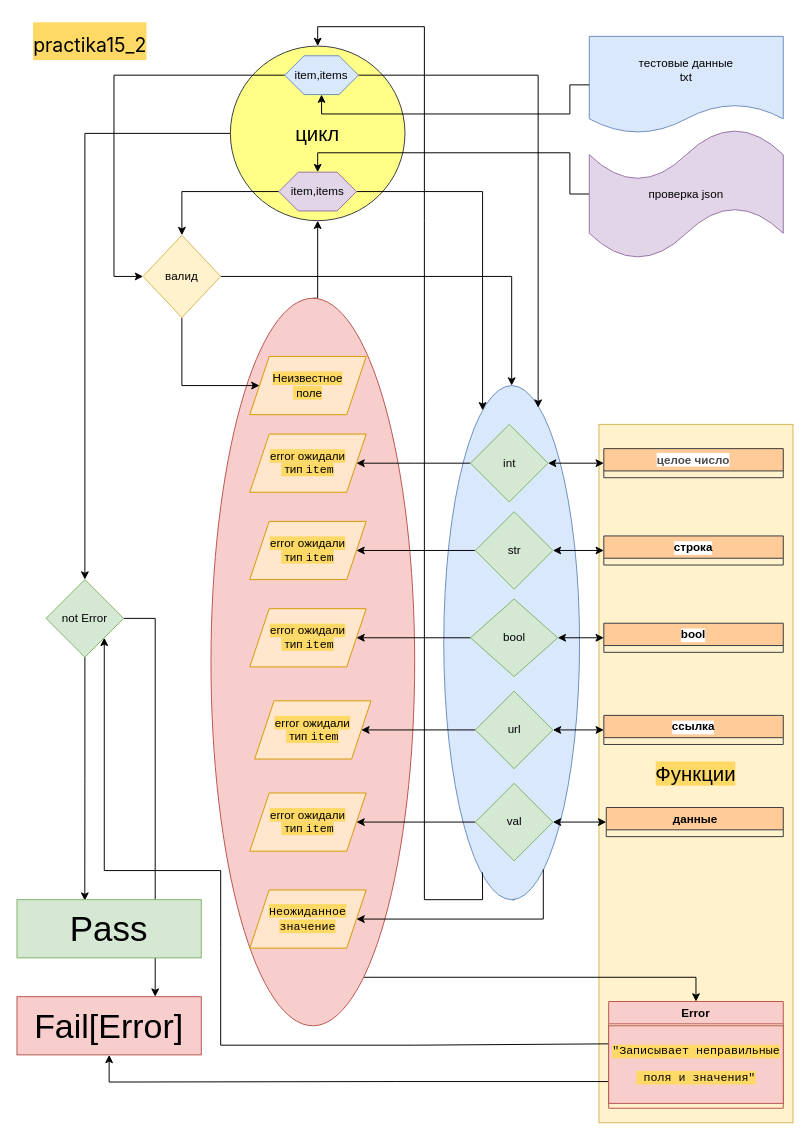
Earlier version of the draw.io diagram Practika15/practika15_2.drawio (KonstantinS007/PythonProject). Source tidied: cells renumbered, new cells numbered last; positions are measured from the earlier drawing's top-left corner, leaving out a move shared by most shapes. Both pictures are drawn from the tidied source at 97%, with x=0, y=0 at pixel (16, 16).
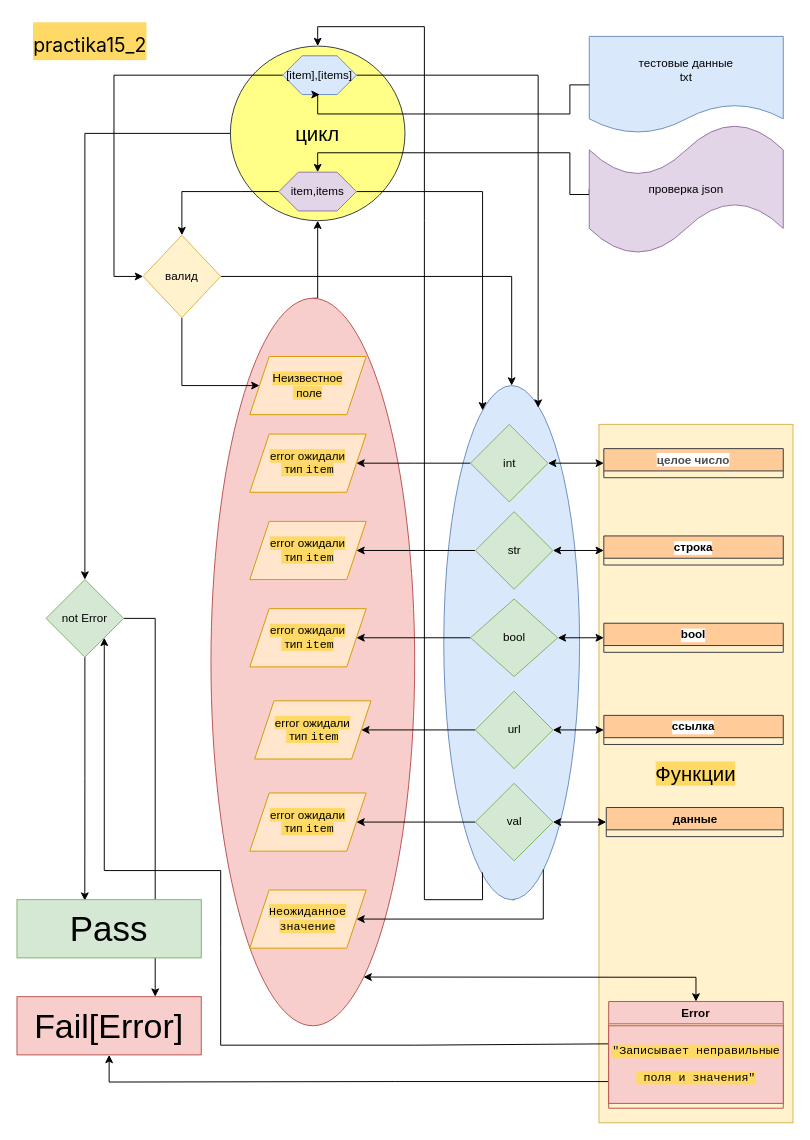
The same diagram, later.

Unchanged cells that the change refers to:
```xml
<mxCell id="5" style="ellipse;whiteSpace=wrap;html=1;fillColor=#f8cecc;strokeColor=#b85450;" parent="1" vertex="1">
  <mxGeometry x="200" y="290" width="210" height="750" as="geometry" />
</mxCell>
<mxCell id="8" value="тестовые данные&lt;br&gt;txt" style="shape=document;whiteSpace=wrap;html=1;boundedLbl=1;fillColor=#dae8fc;strokeColor=#6c8ebf;" parent="1" vertex="1">
  <mxGeometry x="590" y="20" width="200" height="100" as="geometry" />
</mxCell>
<mxCell id="46" value="Error" style="swimlane;whiteSpace=wrap;html=1;fillColor=#f8cecc;strokeColor=#b85450;" parent="1" vertex="1">
  <mxGeometry x="610" y="1015" width="180" height="110" as="geometry" />
</mxCell>
```

What changed in the source:
```diff
@@
-    <mxCell id="3" style="edgeStyle=orthogonalEdgeStyle;rounded=0;jettySize=auto;html=1;entryX=0.5;entryY=0;entryDx=0;entryDy=0;" parent="1" edge="1" source="5" target="46">
-      <mxGeometry relative="1" as="geometry">
-        <Array as="points">
-          <mxPoint x="700" y="990" />
-        </Array>
-      </mxGeometry>
-    </mxCell>
@@
     <mxCell id="32" value="проверка json" style="shape=tape;whiteSpace=wrap;html=1;fillColor=#e1d5e7;strokeColor=#9673a6;" parent="1" vertex="1">
-      <mxGeometry x="590" y="115" width="200" height="135" as="geometry" />
+      <mxGeometry x="590" y="110" width="200" height="135" as="geometry" />
     </mxCell>
@@
-    <mxCell id="36" value="item,items" style="shape=hexagon;perimeter=hexagonPerimeter2;whiteSpace=wrap;html=1;fixedSize=1;fillColor=#dae8fc;strokeColor=#6c8ebf;" parent="1" vertex="1">
-      <mxGeometry x="276" y="40" width="76" height="40" as="geometry" />
+    <mxCell id="36" value="[item],[items]" style="shape=hexagon;perimeter=hexagonPerimeter2;whiteSpace=wrap;html=1;fixedSize=1;fillColor=#dae8fc;strokeColor=#6c8ebf;" parent="1" vertex="1">
+      <mxGeometry x="274" y="40" width="76" height="40" as="geometry" />
     </mxCell>
@@
     <mxCell id="60" style="edgeStyle=orthogonalEdgeStyle;rounded=0;jettySize=auto;html=1;entryX=0.5;entryY=1;entryDx=0;entryDy=0;fontFamily=Helvetica;fontSize=35;fontColor=#000000;exitX=0;exitY=0.5;exitDx=0;exitDy=0;" parent="1" edge="1" source="8" target="36">
       <mxGeometry relative="1" as="geometry">
         <Array as="points">
           <mxPoint x="570" y="70" />
           <mxPoint x="570" y="100" />
-          <mxPoint x="314" y="100" />
+          <mxPoint x="310" y="100" />
+          <mxPoint x="310" y="80" />
         </Array>
       </mxGeometry>
     </mxCell>
@@
+    <mxCell id="3" style="endArrow=classic;startArrow=classic;html=1;rounded=0;fontFamily=Helvetica;fontSize=20;fontColor=#000000;exitX=0.749;exitY=0.933;exitDx=0;exitDy=0;exitPerimeter=0;entryX=0.5;entryY=0;entryDx=0;entryDy=0;" parent="1" edge="1" source="5" target="46">
+      <mxGeometry relative="1" as="geometry">
+        <Array as="points">
+          <mxPoint x="700" y="990" />
+        </Array>
+      </mxGeometry>
+    </mxCell>
```
